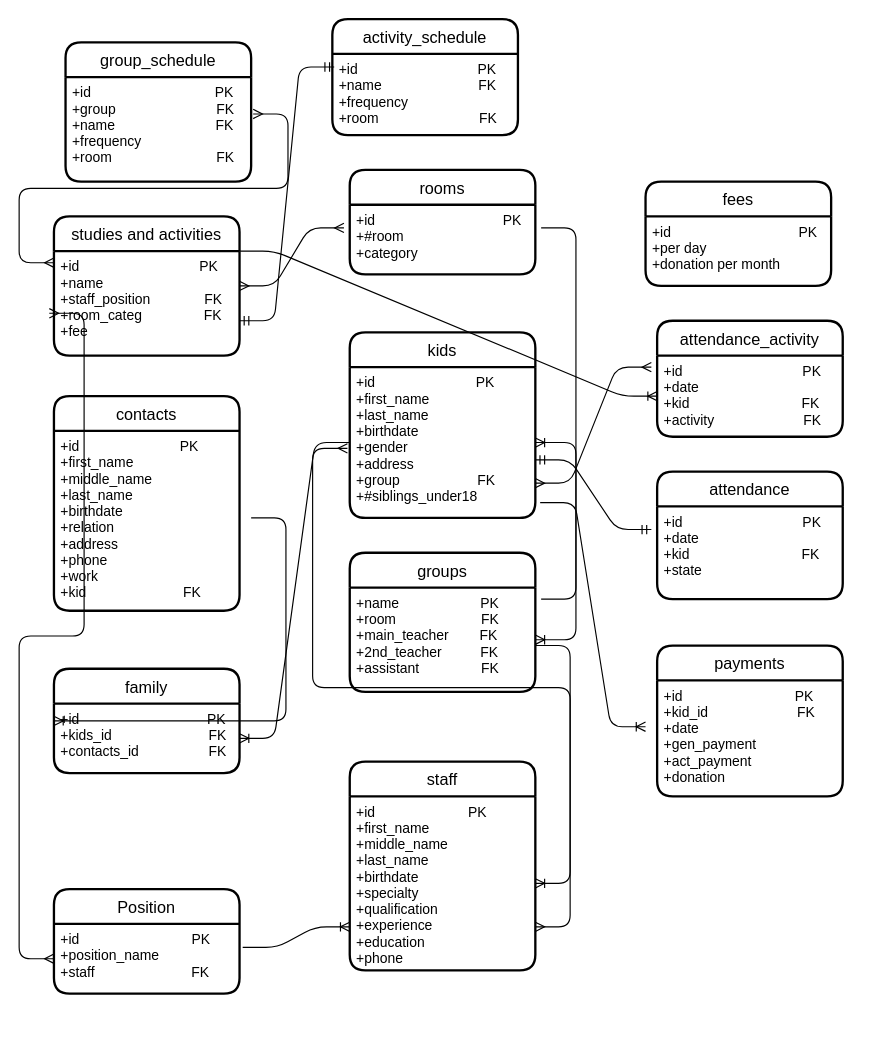
Emma664/World-population keeps this draw.io diagram as Kindergarten.drawio. Above is the earlier version. Source tidied: cells renumbered, new cells numbered last; positions are measured from the earlier drawing's top-left corner, leaving out a move shared by most shapes. Both pictures are drawn from the tidied source at 116%, with x=0, y=0 at pixel (53, 19).
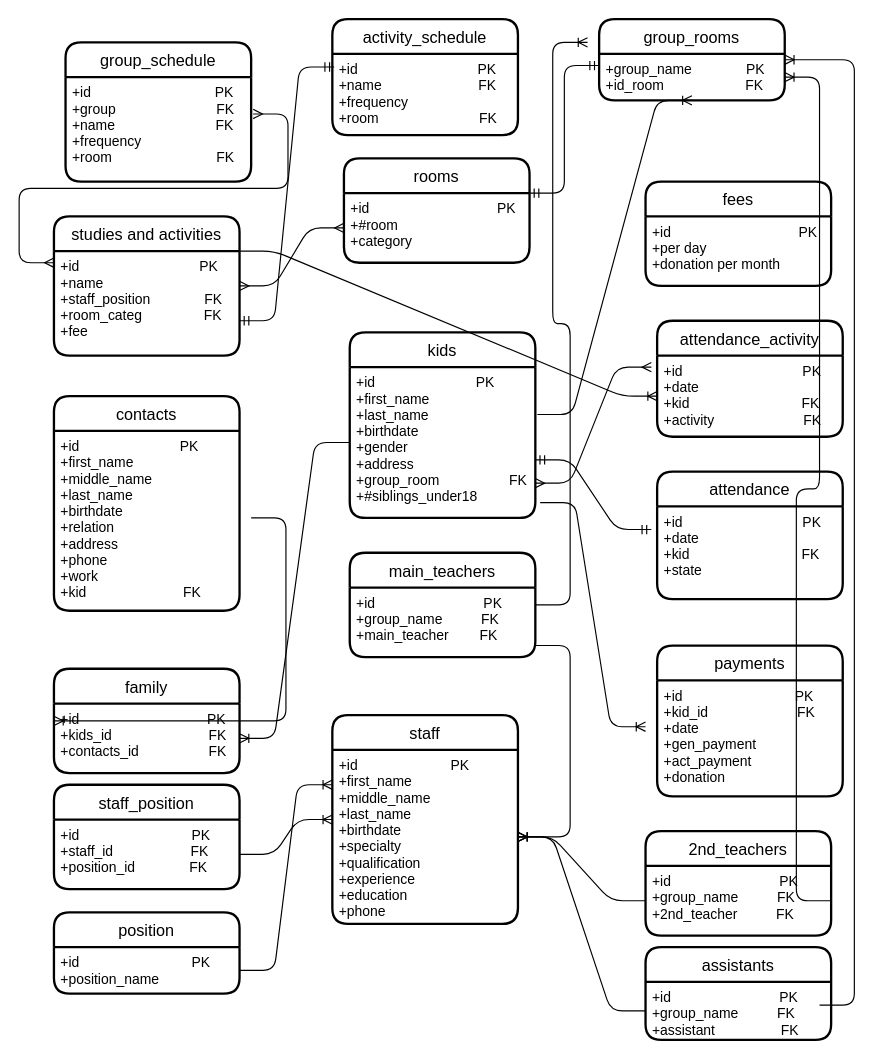
After the change.

The change refers to these unchanged cells:
```xml
<mxCell id="19" value="kids" style="swimlane;horizontal=1;startSize=30;rounded=1;fontSize=14;fontStyle=0;strokeWidth=2;shadow=0;dashed=0;align=center;" parent="1" vertex="1">
  <mxGeometry x="255" y="270" width="160" height="160" as="geometry" />
</mxCell>
<mxCell id="37" value="+id                               PK&#10;+name&#10;+staff_position              FK&#10;+room_categ                FK&#10;+fee" style="align=left;strokeColor=none;fillColor=none;spacingLeft=4;fontSize=12;verticalAlign=top;" parent="36" vertex="1">
  <mxGeometry y="30" width="160" height="90" as="geometry" />
</mxCell>
```

The edit, as a diff of the source:
```diff
@@
-    <mxCell id="2" value="rooms" style="swimlane;horizontal=1;startSize=30;rounded=1;fontSize=14;fontStyle=0;strokeWidth=2;shadow=0;dashed=0;align=center;" parent="1" vertex="1">
-      <mxGeometry x="255" y="130" width="160" height="90" as="geometry" />
-    </mxCell>
-    <mxCell id="3" value="+id                                 PK&#10;+#room                           &#10;+category&#10;" style="align=left;strokeColor=none;fillColor=none;spacingLeft=4;fontSize=12;verticalAlign=top;" parent="2" vertex="1">
-      <mxGeometry y="30" width="160" height="60" as="geometry" />
-    </mxCell>
@@
-    <mxCell id="6" style="edgeStyle=entityRelationEdgeStyle;fontSize=12;html=1;endArrow=ERoneToMany;" parent="1" edge="1" target="20">
-      <mxGeometry relative="1" as="geometry">
-        <mxPoint x="420" y="500" as="sourcePoint" />
-      </mxGeometry>
-    </mxCell>
-    <mxCell id="7" style="edgeStyle=entityRelationEdgeStyle;fontSize=12;html=1;endArrow=ERmany;startArrow=ERmany;jumpStyle=none;exitX=1;exitY=0.75;exitDx=0;exitDy=0;" parent="1" edge="1" source="12">
-      <mxGeometry relative="1" as="geometry">
-        <mxPoint x="253" y="370" as="targetPoint" />
-      </mxGeometry>
-    </mxCell>
-    <mxCell id="8" value="groups" style="swimlane;horizontal=1;startSize=30;rounded=1;fontSize=14;fontStyle=0;strokeWidth=2;shadow=0;dashed=0;align=center;" parent="1" vertex="1">
-      <mxGeometry x="255" y="460" width="160" height="120" as="geometry" />
-    </mxCell>
-    <mxCell id="9" value="+name                     PK&#10;+room                      FK&#10;+main_teacher        FK&#10;+2nd_teacher          FK&#10;+assistant                FK" style="align=left;strokeColor=none;fillColor=none;spacingLeft=4;fontSize=12;verticalAlign=top;" parent="8" vertex="1">
-      <mxGeometry y="30" width="160" height="90" as="geometry" />
-    </mxCell>
-    <mxCell id="10" style="edgeStyle=entityRelationEdgeStyle;fontSize=12;html=1;endArrow=ERoneToMany;" parent="8" edge="1" target="12">
-      <mxGeometry relative="1" as="geometry">
-        <mxPoint x="160" y="80" as="sourcePoint" />
-      </mxGeometry>
-    </mxCell>
-    <mxCell id="11" value="staff" style="swimlane;horizontal=1;startSize=30;rounded=1;fontSize=14;fontStyle=0;strokeWidth=2;shadow=0;dashed=0;align=center;" parent="1" vertex="1">
-      <mxGeometry x="255" y="640" width="160" height="180" as="geometry" />
-    </mxCell>
-    <mxCell id="12" value="+id                        PK&#10;+first_name&#10;+middle_name&#10;+last_name&#10;+birthdate&#10;+specialty&#10;+qualification&#10;+experience&#10;+education&#10;+phone" style="align=left;strokeColor=none;fillColor=none;spacingLeft=4;fontSize=12;verticalAlign=top;" parent="11" vertex="1">
-      <mxGeometry y="30" width="160" height="150" as="geometry" />
-    </mxCell>
@@
-    <mxCell id="20" value="+id                          PK&#10;+first_name&#10;+last_name&#10;+birthdate&#10;+gender&#10;+address&#10;+group                    FK&#10;+#siblings_under18" style="align=left;strokeColor=none;fillColor=none;spacingLeft=4;fontSize=12;verticalAlign=top;" parent="19" vertex="1">
+    <mxCell id="20" value="+id                          PK&#10;+first_name&#10;+last_name&#10;+birthdate&#10;+gender&#10;+address&#10;+group_room                  FK&#10;+#siblings_under18" style="align=left;strokeColor=none;fillColor=none;spacingLeft=4;fontSize=12;verticalAlign=top;" parent="19" vertex="1">
       <mxGeometry y="30" width="160" height="130" as="geometry" />
     </mxCell>
@@
-    <mxCell id="23" style="edgeStyle=entityRelationEdgeStyle;fontSize=12;html=1;endArrow=ERoneToMany;exitX=1.017;exitY=0.337;exitDx=0;exitDy=0;exitPerimeter=0;entryX=0;entryY=0.75;entryDx=0;entryDy=0;" parent="1" edge="1" source="29" target="12">
-      <mxGeometry relative="1" as="geometry" />
-    </mxCell>
-    <mxCell id="24" style="edgeStyle=entityRelationEdgeStyle;fontSize=12;html=1;endArrow=ERoneToMany;" parent="1" edge="1" target="9">
-      <mxGeometry relative="1" as="geometry">
-        <mxPoint x="420" y="180" as="sourcePoint" />
-      </mxGeometry>
-    </mxCell>
@@
-    <mxCell id="27" style="edgeStyle=entityRelationEdgeStyle;fontSize=12;html=1;endArrow=ERmany;startArrow=ERmany;entryX=-0.025;entryY=0.595;entryDx=0;entryDy=0;entryPerimeter=0;" parent="1" edge="1" source="29" target="37">
-      <mxGeometry relative="1" as="geometry" />
-    </mxCell>
-    <mxCell id="28" value="Position" style="swimlane;horizontal=1;startSize=30;rounded=1;fontSize=14;fontStyle=0;strokeWidth=2;shadow=0;dashed=0;align=center;" parent="1" vertex="1">
-      <mxGeometry y="750" width="160" height="90" as="geometry" />
-    </mxCell>
-    <mxCell id="29" value="+id                             PK&#10;+position_name&#10;+staff                         FK&#10;" style="align=left;strokeColor=none;fillColor=none;spacingLeft=4;fontSize=12;verticalAlign=top;" parent="28" vertex="1">
-      <mxGeometry y="30" width="160" height="60" as="geometry" />
-    </mxCell>
@@
+    <mxCell id="45" value="group_rooms" style="swimlane;horizontal=1;startSize=30;rounded=1;fontSize=14;fontStyle=0;strokeWidth=2;shadow=0;dashed=0;align=center;" parent="1" vertex="1">
+      <mxGeometry x="470" width="160" height="70" as="geometry" />
+    </mxCell>
+    <mxCell id="46" value="+group_name              PK&#10;+id_room                     FK                       &#10;" style="align=left;strokeColor=none;fillColor=none;spacingLeft=4;fontSize=12;verticalAlign=top;" parent="45" vertex="1">
+      <mxGeometry y="30" width="160" height="40" as="geometry" />
+    </mxCell>
+    <mxCell id="47" style="edgeStyle=entityRelationEdgeStyle;fontSize=12;html=1;endArrow=ERmandOne;startArrow=ERmandOne;entryX=0;entryY=0.25;entryDx=0;entryDy=0;" parent="1" edge="1" target="46">
+      <mxGeometry relative="1" as="geometry">
+        <mxPoint x="410" y="150" as="sourcePoint" />
+      </mxGeometry>
+    </mxCell>
+    <mxCell id="48" value="2nd_teachers" style="swimlane;horizontal=1;startSize=30;rounded=1;fontSize=14;fontStyle=0;strokeWidth=2;shadow=0;dashed=0;align=center;" parent="1" vertex="1">
+      <mxGeometry x="510" y="700" width="160" height="90" as="geometry" />
+    </mxCell>
+    <mxCell id="49" value="+id                            PK&#10;+group_name          FK&#10;+2nd_teacher          FK" style="align=left;strokeColor=none;fillColor=none;spacingLeft=4;fontSize=12;verticalAlign=top;" parent="48" vertex="1">
+      <mxGeometry y="30" width="160" height="60" as="geometry" />
+    </mxCell>
+    <mxCell id="11" value="staff" style="swimlane;horizontal=1;startSize=30;rounded=1;fontSize=14;fontStyle=0;strokeWidth=2;shadow=0;dashed=0;align=center;" parent="1" vertex="1">
+      <mxGeometry x="240" y="600" width="160" height="180" as="geometry" />
+    </mxCell>
+    <mxCell id="50" style="edgeStyle=entityRelationEdgeStyle;fontSize=12;html=1;endArrow=ERoneToMany;exitX=1;exitY=0.5;exitDx=0;exitDy=0;" parent="11" edge="1" source="29">
+      <mxGeometry relative="1" as="geometry">
+        <mxPoint y="60" as="targetPoint" />
+      </mxGeometry>
+    </mxCell>
+    <mxCell id="12" value="+id                        PK&#10;+first_name&#10;+middle_name&#10;+last_name&#10;+birthdate&#10;+specialty&#10;+qualification&#10;+experience&#10;+education&#10;+phone" style="align=left;strokeColor=none;fillColor=none;spacingLeft=4;fontSize=12;verticalAlign=top;" parent="11" vertex="1">
+      <mxGeometry y="30" width="160" height="150" as="geometry" />
+    </mxCell>
+    <mxCell id="8" value="main_teachers" style="swimlane;horizontal=1;startSize=30;rounded=1;fontSize=14;fontStyle=0;strokeWidth=2;shadow=0;dashed=0;align=center;" parent="1" vertex="1">
+      <mxGeometry x="255" y="460" width="160" height="90" as="geometry" />
+    </mxCell>
+    <mxCell id="9" value="+id                            PK&#10;+group_name          FK&#10;+main_teacher        FK" style="align=left;strokeColor=none;fillColor=none;spacingLeft=4;fontSize=12;verticalAlign=top;" parent="8" vertex="1">
+      <mxGeometry y="30" width="160" height="60" as="geometry" />
+    </mxCell>
+    <mxCell id="10" style="edgeStyle=entityRelationEdgeStyle;fontSize=12;html=1;endArrow=ERoneToMany;" parent="8" edge="1" target="12">
+      <mxGeometry relative="1" as="geometry">
+        <mxPoint x="160" y="80" as="sourcePoint" />
+      </mxGeometry>
+    </mxCell>
+    <mxCell id="2" value="rooms" style="swimlane;horizontal=1;startSize=30;rounded=1;fontSize=14;fontStyle=0;strokeWidth=2;shadow=0;dashed=0;align=center;" parent="1" vertex="1">
+      <mxGeometry x="250" y="120" width="160" height="90" as="geometry" />
+    </mxCell>
+    <mxCell id="3" value="+id                                 PK&#10;+#room                           &#10;+category&#10;" style="align=left;strokeColor=none;fillColor=none;spacingLeft=4;fontSize=12;verticalAlign=top;" parent="2" vertex="1">
+      <mxGeometry y="30" width="160" height="60" as="geometry" />
+    </mxCell>
+    <mxCell id="51" style="edgeStyle=entityRelationEdgeStyle;fontSize=12;html=1;endArrow=ERoneToMany;exitX=1;exitY=0.25;exitDx=0;exitDy=0;" parent="1" edge="1" source="9">
+      <mxGeometry relative="1" as="geometry">
+        <mxPoint x="460" y="20" as="targetPoint" />
+      </mxGeometry>
+    </mxCell>
+    <mxCell id="52" style="edgeStyle=entityRelationEdgeStyle;fontSize=12;html=1;endArrow=ERoneToMany;" parent="1" edge="1" source="49" target="12">
+      <mxGeometry relative="1" as="geometry" />
+    </mxCell>
+    <mxCell id="53" style="edgeStyle=entityRelationEdgeStyle;fontSize=12;html=1;endArrow=ERoneToMany;exitX=1;exitY=0.5;exitDx=0;exitDy=0;" parent="1" edge="1" source="49" target="46">
+      <mxGeometry relative="1" as="geometry" />
+    </mxCell>
+    <mxCell id="54" value="assistants" style="swimlane;horizontal=1;startSize=30;rounded=1;fontSize=14;fontStyle=0;strokeWidth=2;shadow=0;dashed=0;align=center;" parent="1" vertex="1">
+      <mxGeometry x="510" y="800" width="160" height="80" as="geometry" />
+    </mxCell>
+    <mxCell id="55" style="edgeStyle=entityRelationEdgeStyle;fontSize=12;html=1;endArrow=ERoneToMany;" parent="54" edge="1" target="45">
+      <mxGeometry relative="1" as="geometry">
+        <mxPoint x="150" y="50" as="sourcePoint" />
+      </mxGeometry>
+    </mxCell>
+    <mxCell id="56" value="+id                            PK&#10;+group_name          FK&#10;+assistant                 FK" style="align=left;strokeColor=none;fillColor=none;spacingLeft=4;fontSize=12;verticalAlign=top;" parent="54" vertex="1">
+      <mxGeometry y="30" width="160" height="50" as="geometry" />
+    </mxCell>
+    <mxCell id="57" style="edgeStyle=entityRelationEdgeStyle;fontSize=12;html=1;endArrow=ERoneToMany;" parent="1" edge="1" source="56" target="12">
+      <mxGeometry relative="1" as="geometry" />
+    </mxCell>
+    <mxCell id="58" style="edgeStyle=entityRelationEdgeStyle;fontSize=12;html=1;endArrow=ERoneToMany;exitX=1.011;exitY=0.314;exitDx=0;exitDy=0;exitPerimeter=0;entryX=0.5;entryY=1;entryDx=0;entryDy=0;" parent="1" edge="1" source="20" target="46">
+      <mxGeometry relative="1" as="geometry" />
+    </mxCell>
+    <mxCell id="59" style="edgeStyle=entityRelationEdgeStyle;fontSize=12;html=1;endArrow=ERoneToMany;entryX=0;entryY=0.5;entryDx=0;entryDy=0;exitX=1;exitY=0.5;exitDx=0;exitDy=0;" parent="1" edge="1" source="61" target="11">
+      <mxGeometry relative="1" as="geometry" />
+    </mxCell>
+    <mxCell id="60" value="staff_position" style="swimlane;horizontal=1;startSize=30;rounded=1;fontSize=14;fontStyle=0;strokeWidth=2;shadow=0;dashed=0;align=center;" parent="1" vertex="1">
+      <mxGeometry y="660" width="160" height="90" as="geometry" />
+    </mxCell>
+    <mxCell id="61" value="+id                             PK&#10;+staff_id                    FK&#10;+position_id              FK" style="align=left;strokeColor=none;fillColor=none;spacingLeft=4;fontSize=12;verticalAlign=top;" parent="60" vertex="1">
+      <mxGeometry y="30" width="160" height="60" as="geometry" />
+    </mxCell>
+    <mxCell id="28" value="position" style="swimlane;horizontal=1;startSize=30;rounded=1;fontSize=14;fontStyle=0;strokeWidth=2;shadow=0;dashed=0;align=center;" parent="1" vertex="1">
+      <mxGeometry y="770" width="160" height="70" as="geometry" />
+    </mxCell>
+    <mxCell id="29" value="+id                             PK&#10;+position_name&#10;" style="align=left;strokeColor=none;fillColor=none;spacingLeft=4;fontSize=12;verticalAlign=top;" parent="28" vertex="1">
+      <mxGeometry y="30" width="160" height="40" as="geometry" />
+    </mxCell>
```
